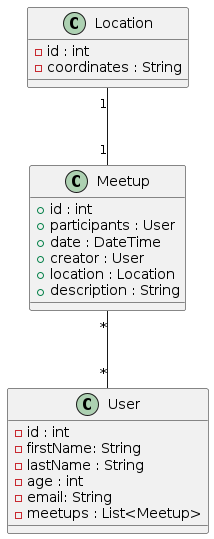
2223-3bhif-syp/02-projekte-mopedmeetup keeps this PlantUML diagram as images/diagram-classes.png. Above is the earlier version.
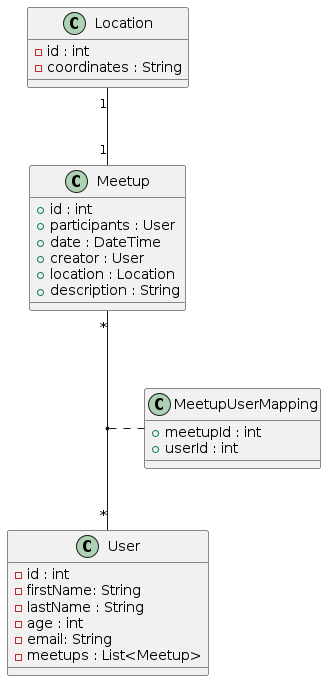
The same diagram one commit later.

The edit, as a diff of the source:
```diff
@@ -21,8 +21,14 @@
     - coordinates : String
 }
 
+class MeetupUserMapping {
+    + meetupId : int
+    + userId : int
+}
+
+
 
 Meetup "*"--"*" User : ""
 Location "1"--"1" Meetup : ""
-
+(User, Meetup) .. MeetupUserMapping
 @enduml
```
